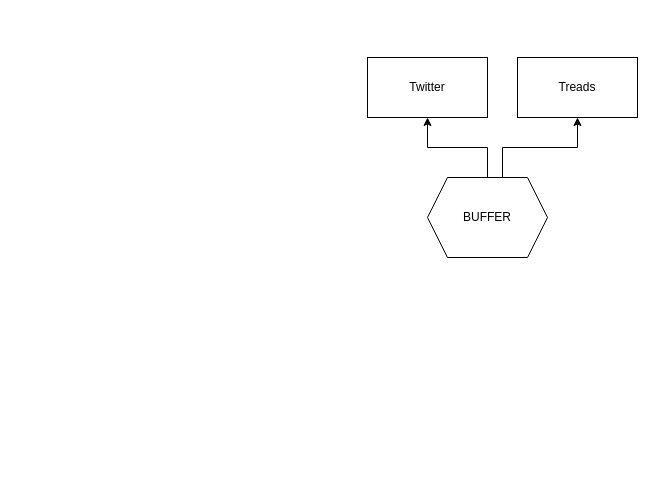
xdattamx/mmntoDB keeps this draw.io diagram as Diagrama sin título.drawio. Above is the earlier version. Source tidied: cells renumbered, new cells numbered last; positions are measured from the earlier drawing's top-left corner, leaving out a move shared by most shapes. Both pictures are drawn from the tidied source at 100%, with x=0, y=0 at pixel (367, 57).
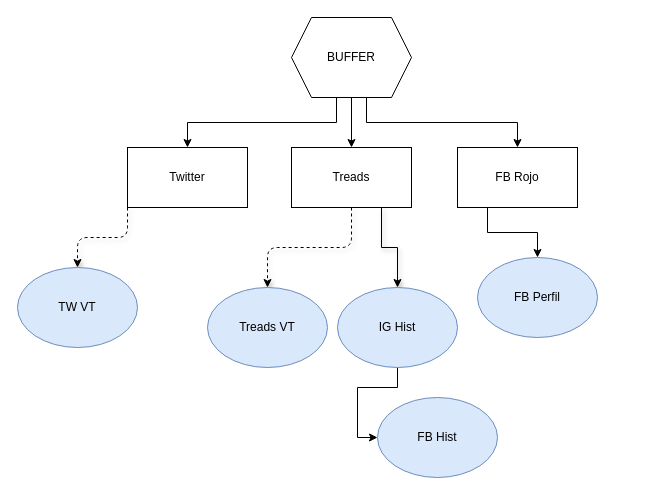
The same page after the edit.

Diff of the diagram source:
```diff
@@
 <mxGraphModel>
   <root>
     <mxCell id="0" />
     <mxCell id="1" parent="0" />
-    <mxCell id="2" style="edgeStyle=orthogonalEdgeStyle;rounded=0;jettySize=auto;html=1;" parent="1" edge="1" source="4" target="5">
+    <mxCell id="2" style="edgeStyle=orthogonalEdgeStyle;rounded=0;jettySize=auto;html=1;exitX=0.375;exitY=1;exitDx=0;exitDy=0;entryX=0.5;entryY=0;entryDx=0;entryDy=0;" parent="1" edge="1" source="4" target="5">
       <mxGeometry relative="1" as="geometry" />
     </mxCell>
-    <mxCell id="3" style="edgeStyle=orthogonalEdgeStyle;rounded=0;jettySize=auto;html=1;exitX=0.625;exitY=0;exitDx=0;exitDy=0;entryX=0.5;entryY=1;entryDx=0;entryDy=0;" parent="1" edge="1" source="4" target="6">
+    <mxCell id="3" style="edgeStyle=orthogonalEdgeStyle;rounded=0;jettySize=auto;html=1;exitX=0.5;exitY=1;exitDx=0;exitDy=0;entryX=0.5;entryY=0;entryDx=0;entryDy=0;" parent="1" edge="1" source="4" target="6">
       <mxGeometry relative="1" as="geometry" />
     </mxCell>
+    <mxCell id="7" style="edgeStyle=orthogonalEdgeStyle;rounded=0;jettySize=auto;html=1;exitX=0.625;exitY=1;exitDx=0;exitDy=0;entryX=0.5;entryY=0;entryDx=0;entryDy=0;" parent="1" edge="1" source="4" target="12">
+      <mxGeometry relative="1" as="geometry" />
+    </mxCell>
     <mxCell id="4" value="BUFFER" style="shape=hexagon;perimeter=hexagonPerimeter2;whiteSpace=wrap;html=1;fixedSize=1;" parent="1" vertex="1">
-      <mxGeometry x="60" y="120" width="120" height="80" as="geometry" />
+      <mxGeometry x="-76" y="-40" width="120" height="80" as="geometry" />
     </mxCell>
+    <mxCell id="8" style="edgeStyle=orthogonalEdgeStyle;rounded=1;jettySize=auto;html=1;exitX=0;exitY=1;exitDx=0;exitDy=0;entryX=0.5;entryY=0;entryDx=0;entryDy=0;shadow=1;strokeColor=default;curved=0;flowAnimation=0;dashed=1;" parent="1" edge="1" source="5" target="13">
+      <mxGeometry relative="1" as="geometry" />
+    </mxCell>
     <mxCell id="5" value="T&lt;span style=&quot;background-color: initial;&quot;&gt;witter&lt;/span&gt;" style="whiteSpace=wrap;html=1;" parent="1" vertex="1">
-      <mxGeometry width="120" height="60" as="geometry" />
+      <mxGeometry x="-240" y="90" width="120" height="60" as="geometry" />
     </mxCell>
+    <mxCell id="9" style="edgeStyle=orthogonalEdgeStyle;rounded=1;jettySize=auto;html=1;exitX=0.5;exitY=1;exitDx=0;exitDy=0;entryX=0.5;entryY=0;entryDx=0;entryDy=0;shadow=1;dashed=1;strokeColor=default;align=center;verticalAlign=middle;fontFamily=Helvetica;fontSize=11;fontColor=default;labelBackgroundColor=default;endArrow=classic;flowAnimation=0;curved=0;" parent="1" edge="1" source="6" target="14">
+      <mxGeometry relative="1" as="geometry" />
+    </mxCell>
+    <mxCell id="10" style="edgeStyle=orthogonalEdgeStyle;rounded=0;jettySize=auto;html=1;exitX=0.75;exitY=1;exitDx=0;exitDy=0;shadow=1;strokeColor=default;align=center;verticalAlign=middle;fontFamily=Helvetica;fontSize=11;fontColor=default;labelBackgroundColor=default;endArrow=classic;flowAnimation=0;curved=0;" parent="1" edge="1" source="6" target="16">
+      <mxGeometry relative="1" as="geometry" />
+    </mxCell>
     <mxCell id="6" value="Treads" style="rounded=0;whiteSpace=wrap;html=1;" parent="1" vertex="1">
-      <mxGeometry x="150" width="120" height="60" as="geometry" />
+      <mxGeometry x="-76" y="90" width="120" height="60" as="geometry" />
     </mxCell>
+    <mxCell id="11" style="edgeStyle=orthogonalEdgeStyle;rounded=0;jettySize=auto;html=1;exitX=0.25;exitY=1;exitDx=0;exitDy=0;entryX=0.5;entryY=0;entryDx=0;entryDy=0;" parent="1" edge="1" source="12" target="18">
+      <mxGeometry relative="1" as="geometry" />
+    </mxCell>
+    <mxCell id="12" value="FB Rojo" style="rounded=0;whiteSpace=wrap;html=1;" parent="1" vertex="1">
+      <mxGeometry x="90" y="90" width="120" height="60" as="geometry" />
+    </mxCell>
+    <mxCell id="13" value="TW VT" style="ellipse;whiteSpace=wrap;html=1;fillColor=#dae8fc;strokeColor=#6c8ebf;" parent="1" vertex="1">
+      <mxGeometry x="-350" y="210" width="120" height="80" as="geometry" />
+    </mxCell>
+    <mxCell id="14" value="Treads VT" style="ellipse;whiteSpace=wrap;html=1;fillColor=#dae8fc;strokeColor=#6c8ebf;" parent="1" vertex="1">
+      <mxGeometry x="-160" y="230" width="120" height="80" as="geometry" />
+    </mxCell>
+    <mxCell id="15" style="edgeStyle=orthogonalEdgeStyle;rounded=0;jettySize=auto;html=1;exitX=0.5;exitY=1;exitDx=0;exitDy=0;entryX=0;entryY=0.5;entryDx=0;entryDy=0;" parent="1" edge="1" source="16" target="17">
+      <mxGeometry relative="1" as="geometry" />
+    </mxCell>
+    <mxCell id="16" value="IG Hist" style="ellipse;whiteSpace=wrap;html=1;fillColor=#dae8fc;strokeColor=#6c8ebf;" parent="1" vertex="1">
+      <mxGeometry x="-30" y="230" width="120" height="80" as="geometry" />
+    </mxCell>
+    <mxCell id="17" value="FB Hist" style="ellipse;whiteSpace=wrap;html=1;fillColor=#dae8fc;strokeColor=#6c8ebf;" parent="1" vertex="1">
+      <mxGeometry x="10" y="340" width="120" height="80" as="geometry" />
+    </mxCell>
+    <mxCell id="18" value="FB Perfil" style="ellipse;whiteSpace=wrap;html=1;fillColor=#dae8fc;strokeColor=#6c8ebf;" parent="1" vertex="1">
+      <mxGeometry x="110" y="200" width="120" height="80" as="geometry" />
+    </mxCell>
   </root>
 </mxGraphModel>
```
